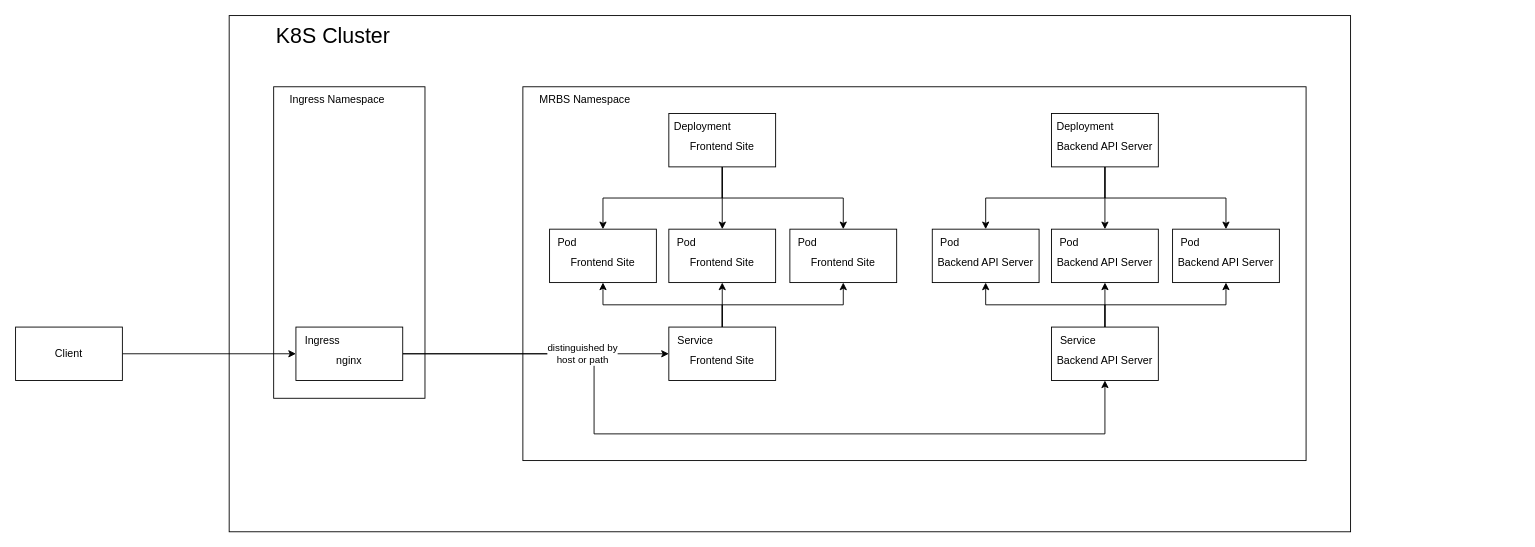
tommygood/Meeting-Room-Booking-System keeps this draw.io diagram as doc/k8s_architecture.drawio. Above is the earlier version. Source tidied: cells renumbered, new cells numbered last; positions are measured from the earlier drawing's top-left corner, leaving out a move shared by most shapes. Both pictures are drawn from the tidied source at 89%, with x=0, y=0 at pixel (15, 15).
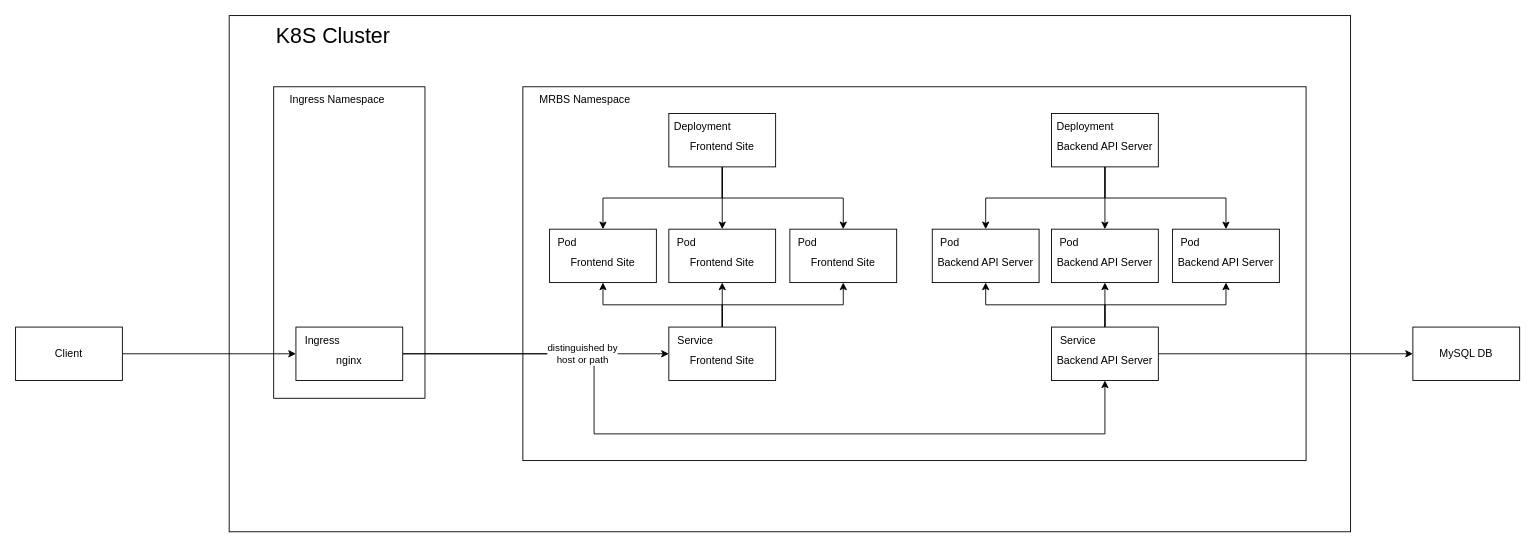
The same page after the edit.

Unchanged cells that the change refers to:
```xml
<mxCell id="36" value="&lt;div&gt;&lt;br&gt;&lt;/div&gt;&lt;div&gt;Backend API Server&lt;br&gt;&lt;/div&gt;" style="rounded=0;whiteSpace=wrap;html=1;" parent="1" vertex="1">
  <mxGeometry x="1164" y="350" width="120" height="60" as="geometry" />
</mxCell>
```

What changed in the source:
```diff
@@
+    <mxCell id="47" style="edgeStyle=orthogonalEdgeStyle;rounded=0;jettySize=auto;html=1;exitX=1;exitY=0.5;exitDx=0;exitDy=0;entryX=0;entryY=0.5;entryDx=0;entryDy=0;" parent="1" edge="1" source="36" target="48">
+      <mxGeometry relative="1" as="geometry" />
+    </mxCell>
@@
+    <mxCell id="48" value="&lt;div&gt;MySQL DB&lt;/div&gt;" style="rounded=0;whiteSpace=wrap;html=1;" parent="1" vertex="1">
+      <mxGeometry x="1570" y="350" width="120" height="60" as="geometry" />
+    </mxCell>
```
